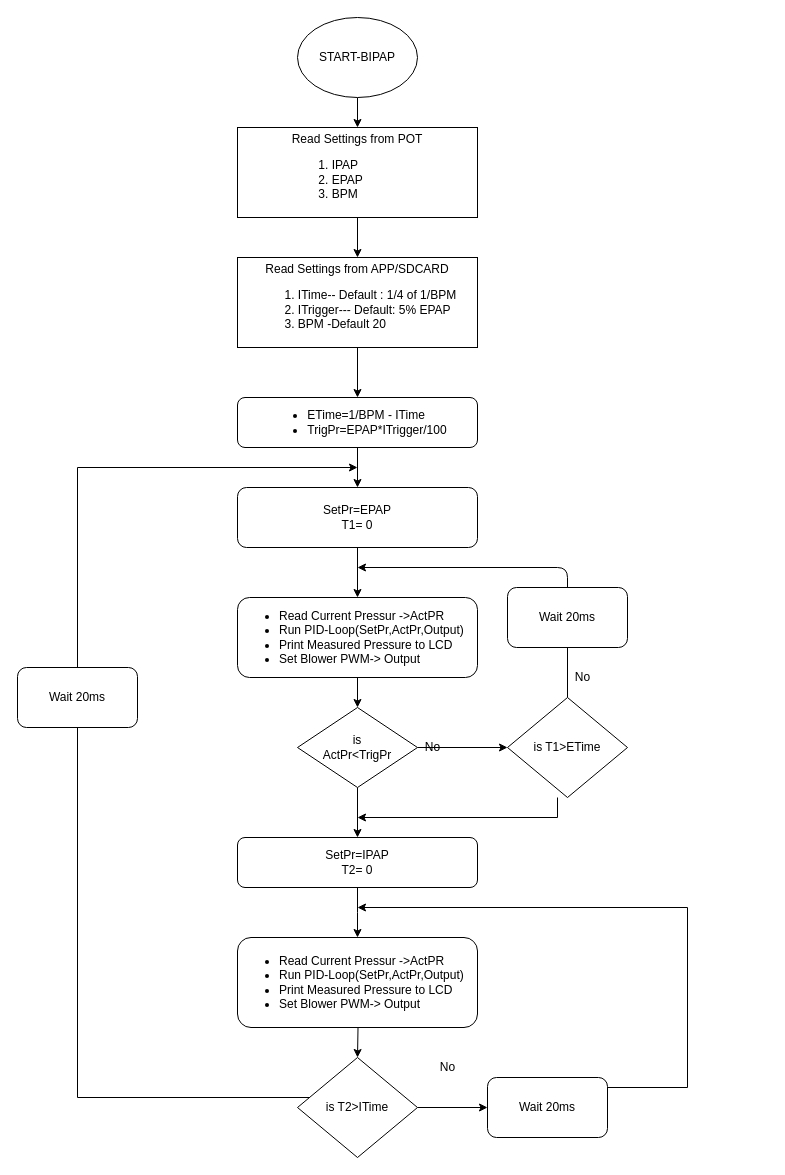
The draw.io diagram Copy of BIPAP-T.drawio in amarendas/Bipap, before the edit. Source tidied: cells renumbered, new cells numbered last; positions are measured from the earlier drawing's top-left corner, leaving out a move shared by most shapes. Both pictures are drawn from the tidied source at 100%, with x=0, y=0 at pixel (17, 17).
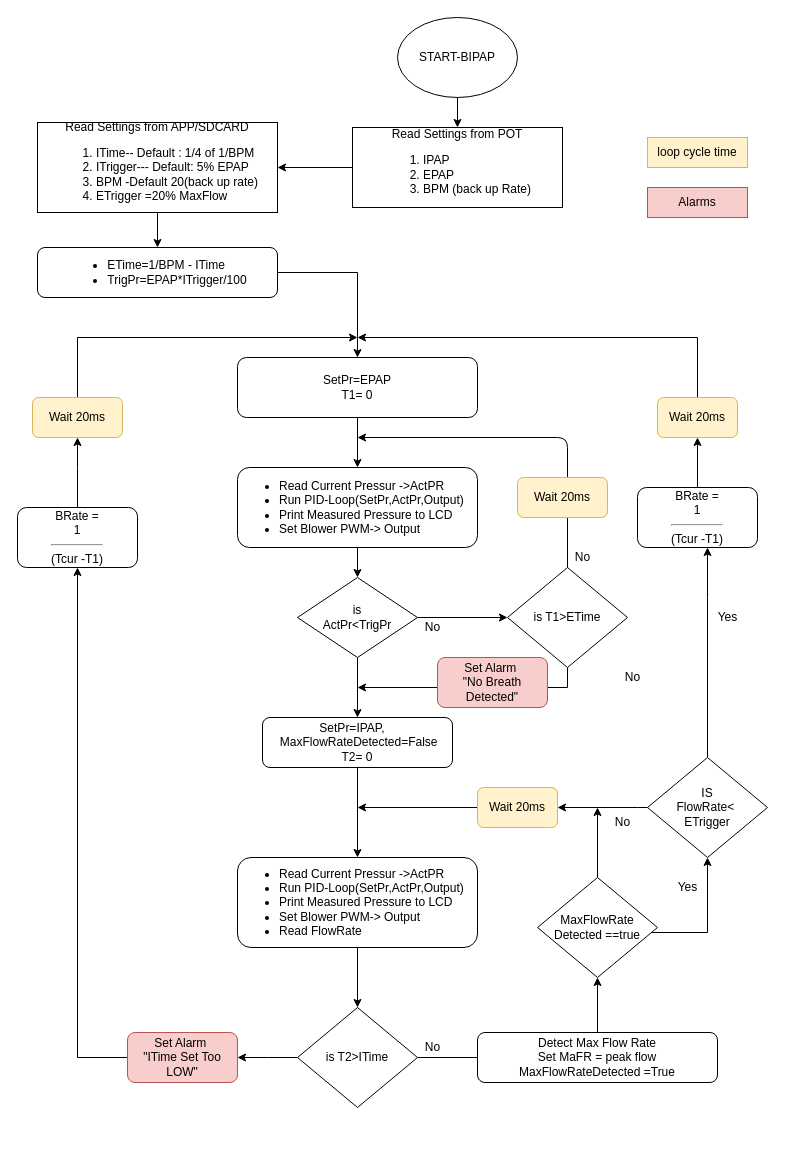
The same diagram, later.

The edit, as a diff of the source:
```diff
@@
     <mxCell id="3" value="START-BIPAP" style="ellipse;whiteSpace=wrap;html=1;" parent="1" vertex="1">
-      <mxGeometry x="280" width="120" height="80" as="geometry" />
+      <mxGeometry x="380" width="120" height="80" as="geometry" />
     </mxCell>
-    <mxCell id="4" style="edgeStyle=orthogonalEdgeStyle;rounded=0;jettySize=auto;html=1;entryX=0.5;entryY=0;entryDx=0;entryDy=0;" parent="1" edge="1" source="5" target="7">
+    <mxCell id="4" style="edgeStyle=orthogonalEdgeStyle;rounded=0;jettySize=auto;html=1;entryX=1;entryY=0.5;entryDx=0;entryDy=0;" parent="1" edge="1" source="5" target="7">
       <mxGeometry relative="1" as="geometry" />
     </mxCell>
-    <mxCell id="5" value="Read Settings from POT&lt;br&gt;&lt;div align=&quot;left&quot;&gt;&lt;ol&gt;&lt;li&gt;&lt;div&gt;IPAP&lt;/div&gt;&lt;/li&gt;&lt;li&gt;EPAP&lt;/li&gt;&lt;li&gt;BPM&lt;br&gt;&lt;/li&gt;&lt;/ol&gt;&lt;/div&gt;" style="rounded=0;whiteSpace=wrap;html=1;" parent="1" vertex="1">
-      <mxGeometry x="220" y="110" width="240" height="90" as="geometry" />
+    <mxCell id="5" value="Read Settings from POT&lt;br&gt;&lt;div align=&quot;left&quot;&gt;&lt;ol&gt;&lt;li&gt;&lt;div&gt;IPAP&lt;/div&gt;&lt;/li&gt;&lt;li&gt;EPAP&lt;/li&gt;&lt;li&gt;BPM (back up Rate)&lt;br&gt;&lt;/li&gt;&lt;/ol&gt;&lt;/div&gt;" style="rounded=0;whiteSpace=wrap;html=1;" parent="1" vertex="1">
+      <mxGeometry x="335" y="110" width="210" height="80" as="geometry" />
     </mxCell>
-    <mxCell id="6" style="edgeStyle=orthogonalEdgeStyle;rounded=0;jettySize=auto;html=1;entryX=0.5;entryY=0;entryDx=0;entryDy=0;" parent="1" edge="1" source="7" target="9">
+    <mxCell id="6" style="edgeStyle=orthogonalEdgeStyle;rounded=0;jettySize=auto;html=1;" parent="1" edge="1" source="7" target="9">
       <mxGeometry relative="1" as="geometry" />
     </mxCell>
-    <mxCell id="7" value="Read Settings from APP/SDCARD&lt;br&gt;&lt;div align=&quot;left&quot;&gt;&lt;ol&gt;&lt;li&gt;&lt;div&gt;ITime-- Default : 1/4 of 1/BPM&lt;br&gt;&lt;/div&gt;&lt;/li&gt;&lt;li&gt;ITrigger--- Default: 5% EPAP&lt;br&gt;&lt;/li&gt;&lt;li&gt;BPM -Default 20&lt;br&gt;&lt;/li&gt;&lt;/ol&gt;&lt;/div&gt;" style="rounded=0;whiteSpace=wrap;html=1;" parent="1" vertex="1">
-      <mxGeometry x="220" y="240" width="240" height="90" as="geometry" />
+    <mxCell id="7" value="Read Settings from APP/SDCARD&lt;br&gt;&lt;div align=&quot;left&quot;&gt;&lt;ol&gt;&lt;li&gt;&lt;div&gt;ITime-- Default : 1/4 of 1/BPM&lt;br&gt;&lt;/div&gt;&lt;/li&gt;&lt;li&gt;ITrigger--- Default: 5% EPAP&lt;br&gt;&lt;/li&gt;&lt;li&gt;BPM -Default 20(back up rate)&lt;br&gt;&lt;/li&gt;&lt;li&gt;ETrigger =20% MaxFlow&lt;/li&gt;&lt;/ol&gt;&lt;/div&gt;" style="rounded=0;whiteSpace=wrap;html=1;" parent="1" vertex="1">
+      <mxGeometry x="20" y="105" width="240" height="90" as="geometry" />
     </mxCell>
-    <mxCell id="8" style="edgeStyle=orthogonalEdgeStyle;rounded=0;jettySize=auto;html=1;" parent="1" edge="1" source="9" target="11">
+    <mxCell id="8" style="edgeStyle=orthogonalEdgeStyle;rounded=0;jettySize=auto;html=1;entryX=0.5;entryY=0;entryDx=0;entryDy=0;exitX=1;exitY=0.5;exitDx=0;exitDy=0;" parent="1" edge="1" source="9" target="11">
       <mxGeometry relative="1" as="geometry" />
     </mxCell>
     <mxCell id="9" value="&lt;div align=&quot;left&quot;&gt;&lt;ul&gt;&lt;li&gt;ETime=1/BPM - ITime&lt;/li&gt;&lt;li&gt;TrigPr=EPAP*ITrigger/100&lt;/li&gt;&lt;/ul&gt;&lt;/div&gt;" style="rounded=1;whiteSpace=wrap;html=1;" parent="1" vertex="1">
-      <mxGeometry x="220" y="380" width="240" height="50" as="geometry" />
+      <mxGeometry x="20" y="230" width="240" height="50" as="geometry" />
     </mxCell>
@@
     <mxCell id="11" value="SetPr=EPAP&lt;br&gt;T1= 0" style="rounded=1;whiteSpace=wrap;html=1;" parent="1" vertex="1">
-      <mxGeometry x="220" y="470" width="240" height="60" as="geometry" />
+      <mxGeometry x="220" y="340" width="240" height="60" as="geometry" />
     </mxCell>
@@
     <mxCell id="13" value="&lt;div align=&quot;left&quot;&gt;&lt;ul&gt;&lt;li&gt;Read Current Pressur -&amp;gt;ActPR&lt;/li&gt;&lt;li&gt;Run PID-Loop(SetPr,ActPr,Output)&lt;/li&gt;&lt;li&gt;Print Measured Pressure to LCD&lt;/li&gt;&lt;li&gt;Set Blower PWM-&amp;gt; Output&lt;br&gt;&lt;/li&gt;&lt;/ul&gt;&lt;/div&gt;" style="rounded=1;whiteSpace=wrap;html=1;align=left;" parent="1" vertex="1">
-      <mxGeometry x="220" y="580" width="240" height="80" as="geometry" />
+      <mxGeometry x="220" y="450" width="240" height="80" as="geometry" />
     </mxCell>
@@
     <mxCell id="16" value="is&lt;br&gt;ActPr&amp;lt;TrigPr" style="rhombus;whiteSpace=wrap;html=1;" parent="1" vertex="1">
-      <mxGeometry x="280" y="690" width="120" height="80" as="geometry" />
+      <mxGeometry x="280" y="560" width="120" height="80" as="geometry" />
     </mxCell>
     <mxCell id="17" value="No" style="text;html=1;align=center;verticalAlign=middle;" parent="1" vertex="1">
-      <mxGeometry x="400" y="720" width="30" height="20" as="geometry" />
+      <mxGeometry x="400" y="600" width="30" height="20" as="geometry" />
     </mxCell>
-    <mxCell id="18" style="edgeStyle=orthogonalEdgeStyle;rounded=0;orthogonalLoop=1;jettySize=auto;html=1;" parent="1" edge="1">
+    <mxCell id="18" style="edgeStyle=orthogonalEdgeStyle;rounded=0;jettySize=auto;html=1;exitX=0.5;exitY=1;exitDx=0;exitDy=0;" parent="1" edge="1" source="19">
       <mxGeometry relative="1" as="geometry">
-        <mxPoint x="540" y="780" as="sourcePoint" />
-        <mxPoint x="340" y="800" as="targetPoint" />
+        <mxPoint x="340" y="670" as="targetPoint" />
         <Array as="points">
-          <mxPoint x="540" y="800" />
+          <mxPoint x="550" y="670" />
         </Array>
       </mxGeometry>
     </mxCell>
     <mxCell id="19" value="is T1&amp;gt;ETime" style="rhombus;whiteSpace=wrap;html=1;" parent="1" vertex="1">
-      <mxGeometry x="490" y="680" width="120" height="100" as="geometry" />
+      <mxGeometry x="490" y="550" width="120" height="100" as="geometry" />
     </mxCell>
     <mxCell id="20" value="No" style="text;html=1;align=center;verticalAlign=middle;" parent="1" vertex="1">
-      <mxGeometry x="550" y="650" width="30" height="20" as="geometry" />
+      <mxGeometry x="550" y="530" width="30" height="20" as="geometry" />
     </mxCell>
     <mxCell id="21" style="endArrow=classic;html=1;exitX=0.5;exitY=0;exitDx=0;exitDy=0;" parent="1" edge="1" source="19">
       <mxGeometry relative="1" as="geometry">
-        <mxPoint x="340" y="550" as="targetPoint" />
+        <mxPoint x="340" y="420" as="targetPoint" />
         <Array as="points">
-          <mxPoint x="550" y="550" />
+          <mxPoint x="550" y="420" />
         </Array>
       </mxGeometry>
     </mxCell>
-    <mxCell id="22" style="edgeStyle=orthogonalEdgeStyle;rounded=0;jettySize=auto;html=1;entryX=0.5;entryY=0;entryDx=0;entryDy=0;" parent="1" edge="1" source="23">
-      <mxGeometry relative="1" as="geometry">
-        <mxPoint x="340" y="920" as="targetPoint" />
-      </mxGeometry>
-    </mxCell>
+    <mxCell id="34" style="edgeStyle=orthogonalEdgeStyle;rounded=0;jettySize=auto;html=1;entryX=0.5;entryY=0;entryDx=0;entryDy=0;" parent="1" edge="1" source="23" target="33">
+      <mxGeometry relative="1" as="geometry" />
+    </mxCell>
-    <mxCell id="23" value="SetPr=IPAP&lt;br&gt;T2= 0" style="rounded=1;whiteSpace=wrap;html=1;" parent="1" vertex="1">
-      <mxGeometry x="220" y="820" width="240" height="50" as="geometry" />
+    <mxCell id="23" value="SetPr=IPAP,&amp;nbsp; &amp;nbsp;&lt;br&gt;&amp;nbsp;MaxFlowRateDetected=False&lt;br&gt;T2= 0" style="rounded=1;whiteSpace=wrap;html=1;" parent="1" vertex="1">
+      <mxGeometry x="245" y="700" width="190" height="50" as="geometry" />
     </mxCell>
-    <mxCell id="24" style="edgeStyle=orthogonalEdgeStyle;rounded=0;jettySize=auto;html=1;" parent="1" edge="1" source="26">
+    <mxCell id="24" style="edgeStyle=orthogonalEdgeStyle;rounded=0;jettySize=auto;html=1;exitX=0;exitY=0.5;exitDx=0;exitDy=0;" parent="1" edge="1" source="29">
       <mxGeometry relative="1" as="geometry">
-        <mxPoint x="340" y="450" as="targetPoint" />
+        <mxPoint x="340" y="320" as="targetPoint" />
         <Array as="points">
-          <mxPoint x="60" y="1080" />
-          <mxPoint x="60" y="450" />
+          <mxPoint x="60" y="400" />
+          <mxPoint x="60" y="320" />
         </Array>
       </mxGeometry>
     </mxCell>
-    <mxCell id="25" style="edgeStyle=orthogonalEdgeStyle;rounded=0;jettySize=auto;html=1;entryX=0;entryY=0.5;entryDx=0;entryDy=0;" parent="1" edge="1" source="26" target="32">
-      <mxGeometry relative="1" as="geometry" />
+    <mxCell id="25" style="edgeStyle=orthogonalEdgeStyle;rounded=0;orthogonalLoop=1;jettySize=auto;html=1;entryX=0;entryY=0.5;entryDx=0;entryDy=0;" parent="1" edge="1">
+      <mxGeometry relative="1" as="geometry">
+        <mxPoint x="400" y="1040" as="sourcePoint" />
+        <mxPoint x="470" y="1040" as="targetPoint" />
+      </mxGeometry>
     </mxCell>
     <mxCell id="26" value="is T2&amp;gt;ITime" style="rhombus;whiteSpace=wrap;html=1;" parent="1" vertex="1">
-      <mxGeometry x="280" y="1040" width="120" height="100" as="geometry" />
+      <mxGeometry x="280" y="990" width="120" height="100" as="geometry" />
     </mxCell>
-    <mxCell id="27" style="edgeStyle=orthogonalEdgeStyle;rounded=0;jettySize=auto;html=1;entryX=0.5;entryY=0;entryDx=0;entryDy=0;" parent="1" edge="1" target="26">
-      <mxGeometry relative="1" as="geometry">
-        <mxPoint x="340" y="980" as="sourcePoint" />
-      </mxGeometry>
+    <mxCell id="27" style="edgeStyle=orthogonalEdgeStyle;rounded=0;jettySize=auto;html=1;entryX=0.5;entryY=0;entryDx=0;entryDy=0;" parent="1" edge="1" source="33" target="26">
+      <mxGeometry relative="1" as="geometry" />
     </mxCell>
     <mxCell id="28" value="No" style="text;html=1;align=center;verticalAlign=middle;" parent="1" vertex="1">
-      <mxGeometry x="415" y="1040" width="30" height="20" as="geometry" />
+      <mxGeometry x="400" y="1020" width="30" height="20" as="geometry" />
     </mxCell>
+    <mxCell id="30" value="Wait 20ms" style="rounded=1;whiteSpace=wrap;html=1;fillColor=#fff2cc;strokeColor=#d6b656;" parent="1" vertex="1">
+      <mxGeometry x="500" y="460" width="90" height="40" as="geometry" />
+    </mxCell>
+    <mxCell id="35" value="No" style="text;html=1;align=center;verticalAlign=middle;" parent="1" vertex="1">
+      <mxGeometry x="590" y="795" width="30" height="20" as="geometry" />
+    </mxCell>
+    <mxCell id="36" style="edgeStyle=orthogonalEdgeStyle;rounded=0;jettySize=auto;html=1;entryX=0.5;entryY=1;entryDx=0;entryDy=0;" parent="1" edge="1" source="37" target="41">
+      <mxGeometry relative="1" as="geometry" />
+    </mxCell>
+    <mxCell id="37" value="Detect Max Flow Rate&lt;br&gt;Set MaFR = peak flow&lt;br&gt;MaxFlowRateDetected =True" style="rounded=1;whiteSpace=wrap;html=1;" parent="1" vertex="1">
+      <mxGeometry x="460" y="1015" width="240" height="50" as="geometry" />
+    </mxCell>
+    <mxCell id="38" style="edgeStyle=orthogonalEdgeStyle;rounded=0;jettySize=auto;html=1;entryX=0.5;entryY=1;entryDx=0;entryDy=0;" parent="1" edge="1" source="41">
+      <mxGeometry relative="1" as="geometry">
+        <mxPoint x="690" y="840" as="targetPoint" />
+        <Array as="points">
+          <mxPoint x="690" y="915" />
+        </Array>
+      </mxGeometry>
+    </mxCell>
+    <mxCell id="39" style="edgeStyle=orthogonalEdgeStyle;rounded=0;jettySize=auto;html=1;" parent="1" edge="1" source="48">
+      <mxGeometry relative="1" as="geometry">
+        <mxPoint x="340" y="790" as="targetPoint" />
+      </mxGeometry>
+    </mxCell>
+    <mxCell id="40" style="edgeStyle=orthogonalEdgeStyle;rounded=0;jettySize=auto;html=1;" parent="1" edge="1" source="41">
+      <mxGeometry relative="1" as="geometry">
+        <mxPoint x="580" y="790" as="targetPoint" />
+      </mxGeometry>
+    </mxCell>
+    <mxCell id="41" value="MaxFlowRate&lt;br&gt;Detected ==true" style="rhombus;whiteSpace=wrap;html=1;" parent="1" vertex="1">
+      <mxGeometry x="520" y="860" width="120" height="100" as="geometry" />
+    </mxCell>
+    <mxCell id="42" style="edgeStyle=orthogonalEdgeStyle;rounded=0;jettySize=auto;html=1;exitX=0.5;exitY=0;exitDx=0;exitDy=0;" parent="1" edge="1" source="53">
+      <mxGeometry relative="1" as="geometry">
+        <mxPoint x="340" y="320" as="targetPoint" />
+        <Array as="points">
+          <mxPoint x="680" y="320" />
+        </Array>
+      </mxGeometry>
+    </mxCell>
+    <mxCell id="43" style="edgeStyle=orthogonalEdgeStyle;rounded=0;jettySize=auto;html=1;entryX=1;entryY=0.5;entryDx=0;entryDy=0;exitX=0;exitY=0.5;exitDx=0;exitDy=0;" parent="1" edge="1" source="44" target="48">
+      <mxGeometry relative="1" as="geometry">
+        <Array as="points">
+          <mxPoint x="620" y="790" />
+          <mxPoint x="620" y="790" />
+        </Array>
+      </mxGeometry>
+    </mxCell>
+    <mxCell id="44" value="IS&lt;br&gt;FlowRate&amp;lt;&amp;nbsp;&lt;br&gt;ETrigger" style="rhombus;whiteSpace=wrap;html=1;" parent="1" vertex="1">
+      <mxGeometry x="630" y="740" width="120" height="100" as="geometry" />
+    </mxCell>
+    <mxCell id="45" value="Yes" style="text;html=1;align=center;verticalAlign=middle;" parent="1" vertex="1">
+      <mxGeometry x="690" y="590" width="40" height="20" as="geometry" />
+    </mxCell>
+    <mxCell id="46" value="Yes" style="text;html=1;align=center;verticalAlign=middle;" parent="1" vertex="1">
+      <mxGeometry x="650" y="860" width="40" height="20" as="geometry" />
+    </mxCell>
+    <mxCell id="47" value="No" style="text;html=1;align=center;verticalAlign=middle;" parent="1" vertex="1">
+      <mxGeometry x="600" y="650" width="30" height="20" as="geometry" />
+    </mxCell>
+    <mxCell id="48" value="Wait 20ms" style="rounded=1;whiteSpace=wrap;html=1;fillColor=#fff2cc;strokeColor=#d6b656;" parent="1" vertex="1">
+      <mxGeometry x="460" y="770" width="80" height="40" as="geometry" />
+    </mxCell>
+    <mxCell id="49" value="loop cycle time" style="rounded=0;whiteSpace=wrap;html=1;fillColor=#fff2cc;strokeColor=#d6b656;" parent="1" vertex="1">
+      <mxGeometry x="630" y="120" width="100" height="30" as="geometry" />
+    </mxCell>
+    <mxCell id="50" value="Set Alarm&amp;nbsp;&lt;br&gt;&quot;No Breath Detected&quot;" style="rounded=1;whiteSpace=wrap;html=1;fillColor=#f8cecc;strokeColor=#b85450;" parent="1" vertex="1">
+      <mxGeometry x="420" y="640" width="110" height="50" as="geometry" />
+    </mxCell>
+    <mxCell id="51" value="BRate =&lt;br&gt;1&lt;hr&gt;(Tcur -T1)" style="rounded=1;whiteSpace=wrap;html=1;" parent="1" vertex="1">
+      <mxGeometry x="620" y="470" width="120" height="60" as="geometry" />
+    </mxCell>
+    <mxCell id="52" style="edgeStyle=orthogonalEdgeStyle;rounded=0;jettySize=auto;html=1;exitX=0.5;exitY=0;exitDx=0;exitDy=0;" parent="1" edge="1" source="44" target="51">
+      <mxGeometry relative="1" as="geometry">
+        <Array as="points">
+          <mxPoint x="690" y="580" />
+          <mxPoint x="690" y="580" />
+        </Array>
+      </mxGeometry>
+    </mxCell>
+    <mxCell id="53" value="Wait 20ms" style="rounded=1;whiteSpace=wrap;html=1;fillColor=#fff2cc;strokeColor=#d6b656;" parent="1" vertex="1">
+      <mxGeometry x="640" y="380" width="80" height="40" as="geometry" />
+    </mxCell>
+    <mxCell id="54" style="edgeStyle=orthogonalEdgeStyle;rounded=0;jettySize=auto;html=1;exitX=0.5;exitY=0;exitDx=0;exitDy=0;entryX=0.5;entryY=1;entryDx=0;entryDy=0;" parent="1" edge="1" source="51" target="53">
+      <mxGeometry relative="1" as="geometry" />
+    </mxCell>
+    <mxCell id="55" value="BRate =&lt;br&gt;1&lt;hr&gt;(Tcur -T1)" style="rounded=1;whiteSpace=wrap;html=1;" parent="1" vertex="1">
+      <mxGeometry y="490" width="120" height="60" as="geometry" />
+    </mxCell>
+    <mxCell id="56" style="edgeStyle=orthogonalEdgeStyle;rounded=0;jettySize=auto;html=1;exitX=0;exitY=0.5;exitDx=0;exitDy=0;" parent="1" edge="1" source="57" target="55">
+      <mxGeometry relative="1" as="geometry" />
+    </mxCell>
+    <mxCell id="57" value="Set Alarm&amp;nbsp;&lt;br&gt;&quot;ITime Set Too LOW&quot;" style="rounded=1;whiteSpace=wrap;html=1;fillColor=#f8cecc;strokeColor=#b85450;" parent="1" vertex="1">
+      <mxGeometry x="110" y="1015" width="110" height="50" as="geometry" />
+    </mxCell>
+    <mxCell id="58" style="edgeStyle=orthogonalEdgeStyle;rounded=0;orthogonalLoop=1;jettySize=auto;html=1;exitX=0;exitY=0.5;exitDx=0;exitDy=0;" parent="1" edge="1">
+      <mxGeometry relative="1" as="geometry">
+        <mxPoint x="280" y="1040" as="sourcePoint" />
+        <mxPoint x="220" y="1040" as="targetPoint" />
+        <Array as="points">
+          <mxPoint x="250" y="1040" />
+          <mxPoint x="250" y="1040" />
+        </Array>
+      </mxGeometry>
+    </mxCell>
-    <mxCell id="29" value="Wait 20ms" style="rounded=1;whiteSpace=wrap;html=1;" parent="1" vertex="1">
-      <mxGeometry y="650" width="120" height="60" as="geometry" />
+    <mxCell id="29" value="Wait 20ms" style="rounded=1;whiteSpace=wrap;html=1;fillColor=#fff2cc;strokeColor=#d6b656;" parent="1" vertex="1">
+      <mxGeometry x="15" y="380" width="90" height="40" as="geometry" />
     </mxCell>
-    <mxCell id="30" value="Wait 20ms" style="rounded=1;whiteSpace=wrap;html=1;" parent="1" vertex="1">
-      <mxGeometry x="490" y="570" width="120" height="60" as="geometry" />
-    </mxCell>
-    <mxCell id="31" style="edgeStyle=orthogonalEdgeStyle;rounded=0;jettySize=auto;html=1;" parent="1" edge="1" source="32">
-      <mxGeometry relative="1" as="geometry">
-        <mxPoint x="340" y="890" as="targetPoint" />
-        <Array as="points">
-          <mxPoint x="670" y="1070" />
-          <mxPoint x="670" y="890" />
-        </Array>
-      </mxGeometry>
-    </mxCell>
-    <mxCell id="32" value="Wait 20ms" style="rounded=1;whiteSpace=wrap;html=1;" parent="1" vertex="1">
-      <mxGeometry x="470" y="1060" width="120" height="60" as="geometry" />
-    </mxCell>
+    <mxCell id="59" style="edgeStyle=orthogonalEdgeStyle;rounded=0;jettySize=auto;html=1;" parent="1" edge="1" target="29">
+      <mxGeometry relative="1" as="geometry">
+        <mxPoint x="60" y="490" as="sourcePoint" />
+        <Array as="points">
+          <mxPoint x="60" y="450" />
+          <mxPoint x="60" y="450" />
+        </Array>
+      </mxGeometry>
+    </mxCell>
+    <mxCell id="60" value="Alarms" style="rounded=0;whiteSpace=wrap;html=1;fillColor=#f8cecc;strokeColor=#b85450;" parent="1" vertex="1">
+      <mxGeometry x="630" y="170" width="100" height="30" as="geometry" />
+    </mxCell>
-    <mxCell id="33" value="&lt;div align=&quot;left&quot;&gt;&lt;ul&gt;&lt;li&gt;Read Current Pressur -&amp;gt;ActPR&lt;/li&gt;&lt;li&gt;Run PID-Loop(SetPr,ActPr,Output)&lt;/li&gt;&lt;li&gt;Print Measured Pressure to LCD&lt;/li&gt;&lt;li&gt;Set Blower PWM-&amp;gt; Output&lt;br&gt;&lt;/li&gt;&lt;/ul&gt;&lt;/div&gt;" style="rounded=1;whiteSpace=wrap;html=1;align=left;" parent="1" vertex="1">
-      <mxGeometry x="220" y="920" width="240" height="90" as="geometry" />
+    <mxCell id="33" value="&lt;div align=&quot;left&quot;&gt;&lt;ul&gt;&lt;li&gt;Read Current Pressur -&amp;gt;ActPR&lt;/li&gt;&lt;li&gt;Run PID-Loop(SetPr,ActPr,Output)&lt;/li&gt;&lt;li&gt;Print Measured Pressure to LCD&lt;/li&gt;&lt;li&gt;Set Blower PWM-&amp;gt; Output&lt;br&gt;&lt;/li&gt;&lt;li&gt;Read FlowRate&lt;/li&gt;&lt;/ul&gt;&lt;/div&gt;" style="rounded=1;whiteSpace=wrap;html=1;align=left;" parent="1" vertex="1">
+      <mxGeometry x="220" y="840" width="240" height="90" as="geometry" />
     </mxCell>
```
